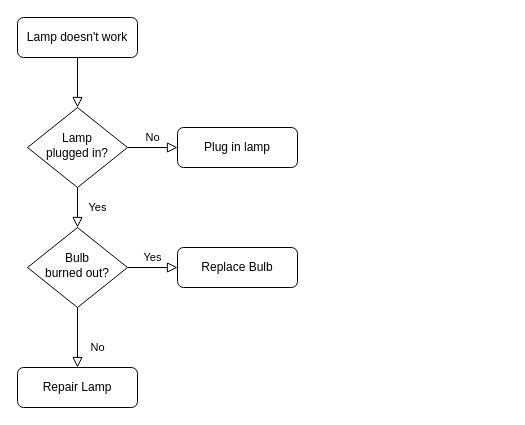
The draw.io diagram Untitled Diagram.drawio in kylinsoong/pics, before the edit. Source tidied: cells renumbered, new cells numbered last; positions are measured from the earlier drawing's top-left corner, leaving out a move shared by most shapes. Both pictures are drawn from the tidied source at 100%, with x=0, y=0 at pixel (17, 17).
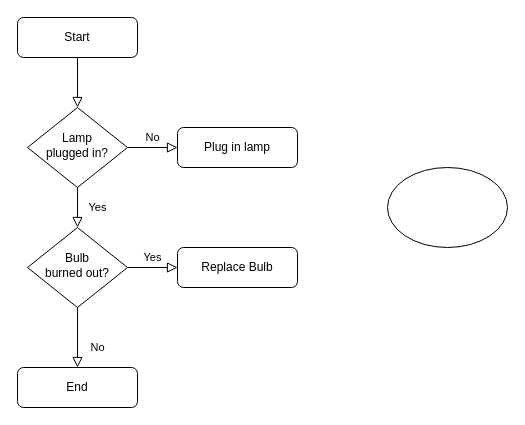
Above is the later version.

What changed in the source:
```diff
@@
 <mxGraphModel>
   <root>
     <mxCell id="0" />
     <mxCell id="1" parent="0" />
     <mxCell id="2" style="rounded=0;html=1;jettySize=auto;fontSize=11;endArrow=block;endFill=0;endSize=8;strokeWidth=1;shadow=0;labelBackgroundColor=none;edgeStyle=orthogonalEdgeStyle;" parent="1" edge="1" source="3" target="6">
       <mxGeometry relative="1" as="geometry" />
     </mxCell>
-    <mxCell id="3" value="Lamp doesn't work" style="rounded=1;whiteSpace=wrap;html=1;fontSize=12;glass=0;strokeWidth=1;shadow=0;" parent="1" vertex="1">
+    <mxCell id="3" value="Start" style="rounded=1;whiteSpace=wrap;html=1;fontSize=12;glass=0;strokeWidth=1;shadow=0;" parent="1" vertex="1">
       <mxGeometry width="120" height="40" as="geometry" />
     </mxCell>
     <mxCell id="4" value="Yes" style="rounded=0;html=1;jettySize=auto;fontSize=11;endArrow=block;endFill=0;endSize=8;strokeWidth=1;shadow=0;labelBackgroundColor=none;edgeStyle=orthogonalEdgeStyle;" parent="1" edge="1" source="6" target="10">
       <mxGeometry y="20" relative="1" as="geometry" />
     </mxCell>
     <mxCell id="5" value="No" style="edgeStyle=orthogonalEdgeStyle;rounded=0;html=1;jettySize=auto;fontSize=11;endArrow=block;endFill=0;endSize=8;strokeWidth=1;shadow=0;labelBackgroundColor=none;" parent="1" edge="1" source="6" target="7">
       <mxGeometry y="10" relative="1" as="geometry" />
     </mxCell>
     <mxCell id="6" value="Lamp&lt;br&gt;plugged in?" style="rhombus;whiteSpace=wrap;html=1;shadow=0;fontFamily=Helvetica;fontSize=12;align=center;strokeWidth=1;spacing=6;spacingTop=-4;" parent="1" vertex="1">
       <mxGeometry x="10" y="90" width="100" height="80" as="geometry" />
     </mxCell>
     <mxCell id="7" value="Plug in lamp" style="rounded=1;whiteSpace=wrap;html=1;fontSize=12;glass=0;strokeWidth=1;shadow=0;" parent="1" vertex="1">
       <mxGeometry x="160" y="110" width="120" height="40" as="geometry" />
     </mxCell>
     <mxCell id="8" value="No" style="rounded=0;html=1;jettySize=auto;fontSize=11;endArrow=block;endFill=0;endSize=8;strokeWidth=1;shadow=0;labelBackgroundColor=none;edgeStyle=orthogonalEdgeStyle;" parent="1" edge="1" source="10" target="11">
       <mxGeometry x="0.33" y="20" relative="1" as="geometry" />
     </mxCell>
     <mxCell id="9" value="Yes" style="edgeStyle=orthogonalEdgeStyle;rounded=0;html=1;jettySize=auto;fontSize=11;endArrow=block;endFill=0;endSize=8;strokeWidth=1;shadow=0;labelBackgroundColor=none;" parent="1" edge="1" source="10" target="12">
       <mxGeometry y="10" relative="1" as="geometry" />
     </mxCell>
     <mxCell id="10" value="Bulb&lt;br&gt;burned out?" style="rhombus;whiteSpace=wrap;html=1;shadow=0;fontFamily=Helvetica;fontSize=12;align=center;strokeWidth=1;spacing=6;spacingTop=-4;" parent="1" vertex="1">
       <mxGeometry x="10" y="210" width="100" height="80" as="geometry" />
     </mxCell>
-    <mxCell id="11" value="Repair Lamp" style="rounded=1;whiteSpace=wrap;html=1;fontSize=12;glass=0;strokeWidth=1;shadow=0;" parent="1" vertex="1">
+    <mxCell id="11" value="End" style="rounded=1;whiteSpace=wrap;html=1;fontSize=12;glass=0;strokeWidth=1;shadow=0;" parent="1" vertex="1">
       <mxGeometry y="350" width="120" height="40" as="geometry" />
     </mxCell>
     <mxCell id="12" value="Replace Bulb" style="rounded=1;whiteSpace=wrap;html=1;fontSize=12;glass=0;strokeWidth=1;shadow=0;" parent="1" vertex="1">
       <mxGeometry x="160" y="230" width="120" height="40" as="geometry" />
     </mxCell>
+    <mxCell id="13" style="ellipse;whiteSpace=wrap;html=1;" parent="1" vertex="1">
+      <mxGeometry x="370" y="150" width="120" height="80" as="geometry" />
+    </mxCell>
   </root>
 </mxGraphModel>
```
